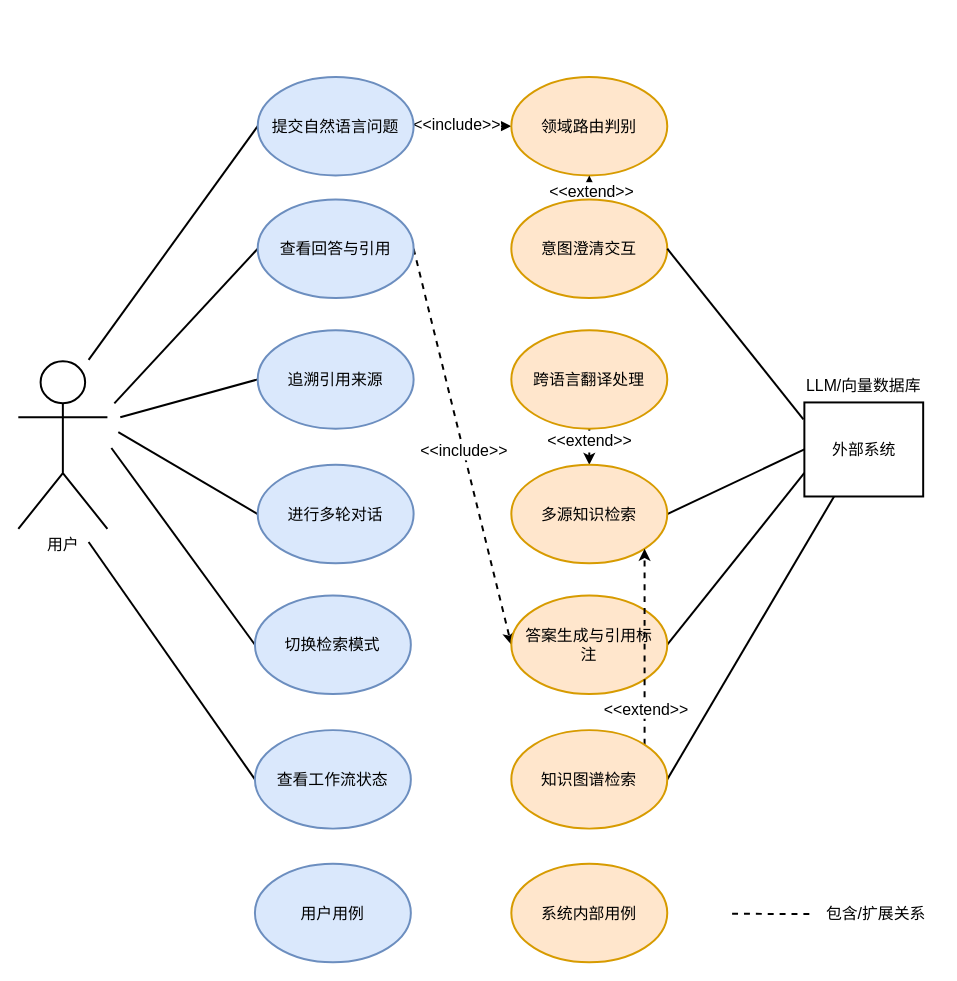
real-jiakai/draw keeps this draw.io diagram as diagrams/system_use_case_diagram.drawio. Above is the earlier version. Source tidied: cells renumbered, new cells numbered last; positions are measured from the earlier drawing's top-left corner, leaving out a move shared by most shapes. Both pictures are drawn from the tidied source at 99%, with x=0, y=0 at pixel (18, 76).
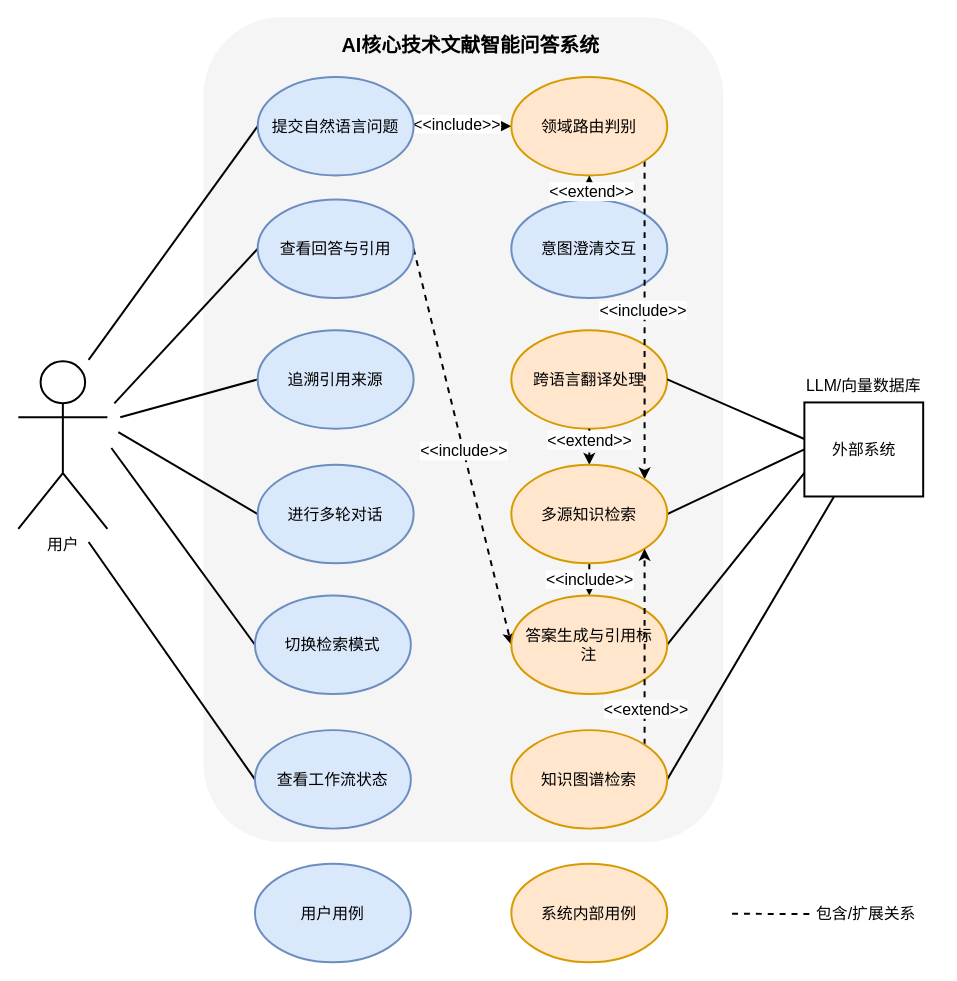
The same diagram, later.

The change refers to these unchanged cells:
```xml
<mxCell id="27" style="ellipse;whiteSpace=wrap;html=1;strokeWidth=2;fillColor=#ffe6cc;strokeColor=#d79b00;" parent="1" vertex="1">
  <mxGeometry x="498" y="0.2" width="157.5" height="99.5" as="geometry" />
</mxCell>
<mxCell id="38" style="ellipse;whiteSpace=wrap;html=1;strokeWidth=2;fillColor=#ffe6cc;strokeColor=#d79b00;" parent="1" vertex="1">
  <mxGeometry x="498" y="392" width="157.5" height="99.5" as="geometry" />
</mxCell>
<mxCell id="41" style="ellipse;whiteSpace=wrap;html=1;strokeWidth=2;fillColor=#ffe6cc;strokeColor=#d79b00;" parent="1" vertex="1">
  <mxGeometry x="498" y="524" width="157.5" height="99.5" as="geometry" />
</mxCell>
<mxCell id="48" style="rounded=0;whiteSpace=wrap;html=1;strokeWidth=2;" parent="1" vertex="1">
  <mxGeometry x="794" y="329" width="120" height="95" as="geometry" />
</mxCell>
```

Change to the diagram source:
```diff
@@
+    <mxCell id="56" style="rounded=1;whiteSpace=wrap;html=1;strokeWidth=2;fillColor=#f5f5f5;fontColor=#333333;strokeColor=none;dashed=1;" parent="1" vertex="1">
+      <mxGeometry x="187" y="-60" width="525" height="833" as="geometry" />
+    </mxCell>
+    <mxCell id="31" style="ellipse;whiteSpace=wrap;html=1;strokeWidth=2;fillColor=#dae8fc;strokeColor=#6c8ebf;" parent="1" vertex="1">
+      <mxGeometry x="498" y="124" width="157.5" height="99.5" as="geometry" />
+    </mxCell>
+    <mxCell id="35" style="ellipse;whiteSpace=wrap;html=1;strokeWidth=2;fillColor=#ffe6cc;strokeColor=#d79b00;" parent="1" vertex="1">
+      <mxGeometry x="498" y="256" width="157.5" height="99.5" as="geometry" />
+    </mxCell>
@@
+    <mxCell id="57" style="edgeStyle=orthogonalEdgeStyle;rounded=0;jettySize=auto;html=1;exitX=1;exitY=1;exitDx=0;exitDy=0;entryX=1;entryY=0;entryDx=0;entryDy=0;strokeWidth=2;dashed=1;" parent="1" edge="1" source="27" target="38">
+      <mxGeometry relative="1" as="geometry" />
+    </mxCell>
+    <mxCell id="58" value="&lt;font style=&quot;font-size: 16px;&quot;&gt;&amp;lt;&amp;lt;include&amp;gt;&amp;gt;&lt;/font&gt;" style="edgeLabel;html=1;align=center;verticalAlign=middle;" parent="57" vertex="1">
+      <mxGeometry x="-0.07" y="-2" relative="1" as="geometry" />
+    </mxCell>
@@
-    <mxCell id="31" style="ellipse;whiteSpace=wrap;html=1;strokeWidth=2;fillColor=#ffe6cc;strokeColor=#d79b00;" parent="1" vertex="1">
-      <mxGeometry x="498" y="124" width="157.5" height="99.5" as="geometry" />
-    </mxCell>
@@
-    <mxCell id="35" style="ellipse;whiteSpace=wrap;html=1;strokeWidth=2;fillColor=#ffe6cc;strokeColor=#d79b00;" parent="1" vertex="1">
-      <mxGeometry x="498" y="256" width="157.5" height="99.5" as="geometry" />
-    </mxCell>
@@
+    <mxCell id="59" value="&lt;font style=&quot;font-size: 16px;&quot;&gt;&amp;lt;&amp;lt;include&amp;gt;&amp;gt;&lt;/font&gt;" style="edgeStyle=orthogonalEdgeStyle;rounded=0;jettySize=auto;html=1;exitX=0.5;exitY=1;exitDx=0;exitDy=0;entryX=0.5;entryY=0;entryDx=0;entryDy=0;strokeWidth=2;dashed=1;" parent="1" edge="1" source="38" target="41">
+      <mxGeometry relative="1" as="geometry" />
+    </mxCell>
@@
     <mxCell id="52" value="&lt;span style=&quot;font-size: 16px;&quot;&gt;包含/扩展关系&lt;/span&gt;" style="text;html=1;whiteSpace=wrap;strokeColor=none;fillColor=none;align=center;verticalAlign=middle;rounded=0;" parent="1" vertex="1">
-      <mxGeometry x="801" y="829.8" width="131" height="30" as="geometry" />
+      <mxGeometry x="791" y="829.8" width="131" height="30" as="geometry" />
     </mxCell>
@@
-    <mxCell id="55" style="rounded=0;jettySize=auto;html=1;exitX=1;exitY=0.5;exitDx=0;exitDy=0;entryX=-0.008;entryY=0.179;entryDx=0;entryDy=0;entryPerimeter=0;strokeWidth=2;endArrow=none;endFill=0;" parent="1" edge="1" source="31" target="48">
-      <mxGeometry relative="1" as="geometry" />
-    </mxCell>
+    <mxCell id="60" style="rounded=0;jettySize=auto;html=1;exitX=1;exitY=0.5;exitDx=0;exitDy=0;strokeWidth=2;endArrow=none;endFill=0;entryX=0;entryY=0.389;entryDx=0;entryDy=0;entryPerimeter=0;" parent="1" edge="1" source="35" target="48">
+      <mxGeometry relative="1" as="geometry" />
+    </mxCell>
+    <mxCell id="61" value="&lt;b style=&quot;&quot;&gt;&lt;font style=&quot;font-size: 20px;&quot;&gt;AI核心技术文献智能问答系统&lt;/font&gt;&lt;/b&gt;" style="text;html=1;whiteSpace=wrap;strokeColor=none;fillColor=none;align=center;verticalAlign=middle;rounded=0;" parent="1" vertex="1">
+      <mxGeometry x="324" y="-47" width="266" height="30" as="geometry" />
+    </mxCell>
```
